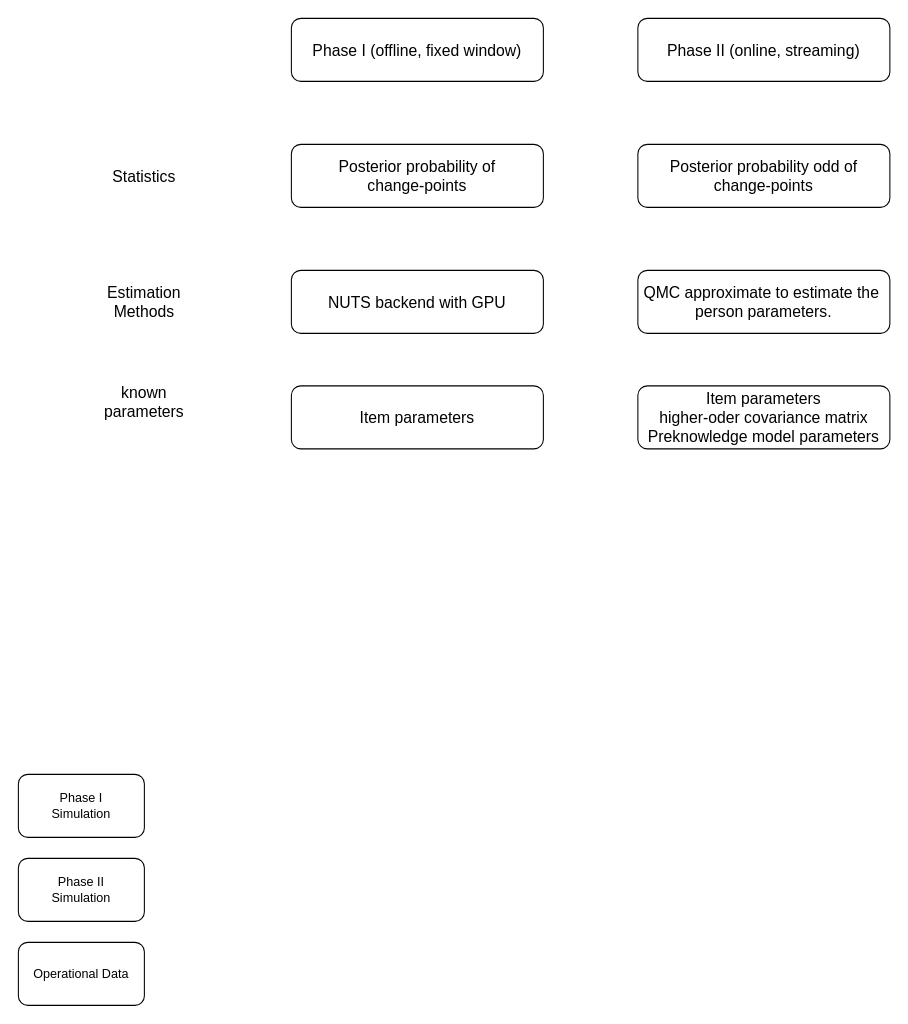
Before: page "Page-5" (6 of 7) of NCME_CPA.drawio in qipengchen/draw_io, a draw.io diagram. Source tidied: cells renumbered, new cells numbered last; positions are measured from the earlier drawing's top-left corner, leaving out a move shared by most shapes. Both pictures are drawn from the tidied source at 105%, with x=0, y=0 at pixel (18, 18).
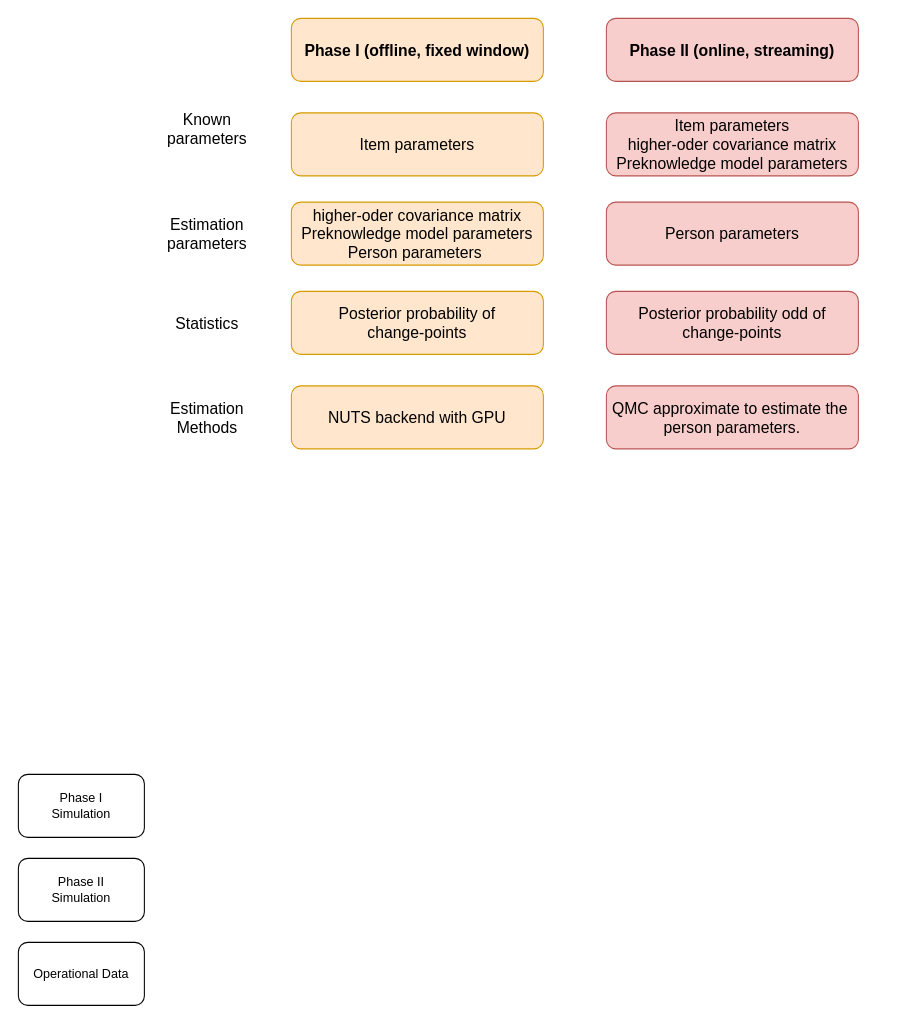
Above is the later version.

The edit, as a diff of the source:
```diff
@@
 <mxGraphModel>
   <root>
     <mxCell id="0" />
     <mxCell id="1" parent="0" />
     <mxCell id="2" value="Phase I&lt;br&gt;Simulation" style="rounded=1;whiteSpace=wrap;html=1;" parent="1" vertex="1">
       <mxGeometry y="720" width="120" height="60" as="geometry" />
     </mxCell>
     <mxCell id="3" value="Phase II&lt;br&gt;Simulation" style="rounded=1;whiteSpace=wrap;html=1;" parent="1" vertex="1">
       <mxGeometry y="800" width="120" height="60" as="geometry" />
     </mxCell>
     <mxCell id="4" value="Operational Data" style="rounded=1;whiteSpace=wrap;html=1;" parent="1" vertex="1">
       <mxGeometry y="880" width="120" height="60" as="geometry" />
     </mxCell>
-    <mxCell id="5" value="&lt;span style=&quot;text-align: left;&quot;&gt;Phase I (offline, fixed window)&lt;/span&gt;" style="rounded=1;whiteSpace=wrap;html=1;fontSize=15;" parent="1" vertex="1">
+    <mxCell id="5" value="&lt;span style=&quot;text-align: left;&quot;&gt;Phase I (offline, fixed window)&lt;/span&gt;" style="rounded=1;whiteSpace=wrap;html=1;fontSize=15;fillColor=#ffe6cc;strokeColor=#d79b00;fontStyle=1;" parent="1" vertex="1">
       <mxGeometry x="260" width="240" height="60" as="geometry" />
     </mxCell>
-    <mxCell id="6" value="&lt;div style=&quot;text-align: left;&quot;&gt;&lt;span style=&quot;background-color: transparent; color: light-dark(rgb(0, 0, 0), rgb(255, 255, 255));&quot;&gt;NUTS&amp;nbsp;&lt;/span&gt;&lt;span&gt;backend&lt;/span&gt;&lt;span style=&quot;background-color: transparent; color: light-dark(rgb(0, 0, 0), rgb(255, 255, 255));&quot;&gt;&amp;nbsp;with GPU&lt;/span&gt;&lt;/div&gt;" style="rounded=1;whiteSpace=wrap;html=1;fontSize=15;" parent="1" vertex="1">
-      <mxGeometry x="260" y="240" width="240" height="60" as="geometry" />
+    <mxCell id="6" value="&lt;div style=&quot;text-align: left;&quot;&gt;&lt;span style=&quot;background-color: transparent; color: light-dark(rgb(0, 0, 0), rgb(255, 255, 255));&quot;&gt;NUTS&amp;nbsp;&lt;/span&gt;&lt;span&gt;backend&lt;/span&gt;&lt;span style=&quot;background-color: transparent; color: light-dark(rgb(0, 0, 0), rgb(255, 255, 255));&quot;&gt;&amp;nbsp;with GPU&lt;/span&gt;&lt;/div&gt;" style="rounded=1;whiteSpace=wrap;html=1;fontSize=15;fillColor=#ffe6cc;strokeColor=#d79b00;" parent="1" vertex="1">
+      <mxGeometry x="260" y="350" width="240" height="60" as="geometry" />
     </mxCell>
-    <mxCell id="7" value="&lt;div style=&quot;&quot;&gt;Posterior probability of &lt;br&gt;change-points&lt;/div&gt;" style="rounded=1;whiteSpace=wrap;html=1;fontSize=15;align=center;" parent="1" vertex="1">
-      <mxGeometry x="260" y="120" width="240" height="60" as="geometry" />
+    <mxCell id="7" value="&lt;div style=&quot;&quot;&gt;Posterior probability of &lt;br&gt;change-points&lt;/div&gt;" style="rounded=1;whiteSpace=wrap;html=1;fontSize=15;align=center;fillColor=#ffe6cc;strokeColor=#d79b00;" parent="1" vertex="1">
+      <mxGeometry x="260" y="260" width="240" height="60" as="geometry" />
     </mxCell>
     <mxCell id="8" value="Statistics" style="text;html=1;align=center;verticalAlign=middle;whiteSpace=wrap;rounded=0;fontSize=15;" parent="1" vertex="1">
-      <mxGeometry x="90" y="135" width="60" height="30" as="geometry" />
+      <mxGeometry x="150" y="275" width="60" height="30" as="geometry" />
     </mxCell>
     <mxCell id="9" value="Estimation Methods" style="text;html=1;align=center;verticalAlign=middle;whiteSpace=wrap;rounded=0;fontSize=15;" parent="1" vertex="1">
-      <mxGeometry x="90" y="255" width="60" height="30" as="geometry" />
+      <mxGeometry x="150" y="365" width="60" height="30" as="geometry" />
     </mxCell>
-    <mxCell id="10" value="known parameters" style="text;html=1;align=center;verticalAlign=middle;whiteSpace=wrap;rounded=0;fontSize=15;" parent="1" vertex="1">
-      <mxGeometry x="90" y="350" width="60" height="30" as="geometry" />
-    </mxCell>
-    <mxCell id="11" value="&lt;div style=&quot;&quot;&gt;Item parameters&lt;/div&gt;" style="rounded=1;whiteSpace=wrap;html=1;fontSize=15;align=center;" parent="1" vertex="1">
-      <mxGeometry x="260" y="350" width="240" height="60" as="geometry" />
-    </mxCell>
-    <mxCell id="12" value="&lt;span style=&quot;text-align: left;&quot;&gt;Phase II (online, streaming)&lt;/span&gt;" style="rounded=1;whiteSpace=wrap;html=1;fontSize=15;" parent="1" vertex="1">
-      <mxGeometry x="590" width="240" height="60" as="geometry" />
+    <mxCell id="12" value="&lt;span style=&quot;text-align: left;&quot;&gt;Phase II (online, streaming)&lt;/span&gt;" style="rounded=1;whiteSpace=wrap;html=1;fontSize=15;fillColor=#f8cecc;strokeColor=#b85450;fontStyle=1;" parent="1" vertex="1">
+      <mxGeometry x="560" width="240" height="60" as="geometry" />
     </mxCell>
-    <mxCell id="13" value="&lt;div style=&quot;&quot;&gt;QMC approximate to estimate the&amp;nbsp; person parameters.&lt;/div&gt;" style="rounded=1;whiteSpace=wrap;html=1;fontSize=15;align=center;" parent="1" vertex="1">
-      <mxGeometry x="590" y="240" width="240" height="60" as="geometry" />
+    <mxCell id="13" value="&lt;div style=&quot;&quot;&gt;QMC approximate to estimate the&amp;nbsp; person parameters.&lt;/div&gt;" style="rounded=1;whiteSpace=wrap;html=1;fontSize=15;align=center;fillColor=#f8cecc;strokeColor=#b85450;" parent="1" vertex="1">
+      <mxGeometry x="560" y="350" width="240" height="60" as="geometry" />
     </mxCell>
-    <mxCell id="14" value="&lt;div style=&quot;&quot;&gt;Posterior probability odd of &lt;br&gt;change-points&lt;/div&gt;" style="rounded=1;whiteSpace=wrap;html=1;fontSize=15;align=center;" parent="1" vertex="1">
-      <mxGeometry x="590" y="120" width="240" height="60" as="geometry" />
+    <mxCell id="14" value="&lt;div style=&quot;&quot;&gt;Posterior probability odd of &lt;br&gt;change-points&lt;/div&gt;" style="rounded=1;whiteSpace=wrap;html=1;fontSize=15;align=center;fillColor=#f8cecc;strokeColor=#b85450;" parent="1" vertex="1">
+      <mxGeometry x="560" y="260" width="240" height="60" as="geometry" />
     </mxCell>
+    <mxCell id="16" value="Known parameters" style="text;html=1;align=center;verticalAlign=middle;whiteSpace=wrap;rounded=0;fontSize=15;" parent="1" vertex="1">
+      <mxGeometry x="150" y="90" width="60" height="30" as="geometry" />
+    </mxCell>
+    <mxCell id="11" value="&lt;div style=&quot;&quot;&gt;Item parameters&lt;/div&gt;" style="rounded=1;whiteSpace=wrap;html=1;fontSize=15;align=center;fillColor=#ffe6cc;strokeColor=#d79b00;" parent="1" vertex="1">
+      <mxGeometry x="260" y="90" width="240" height="60" as="geometry" />
+    </mxCell>
-    <mxCell id="15" value="&lt;div style=&quot;&quot;&gt;Item parameters&lt;br&gt;higher-oder covariance matrix&lt;br&gt;Preknowledge model parameters&lt;/div&gt;" style="rounded=1;whiteSpace=wrap;html=1;fontSize=15;align=center;" parent="1" vertex="1">
-      <mxGeometry x="590" y="350" width="240" height="60" as="geometry" />
+    <mxCell id="15" value="&lt;div style=&quot;&quot;&gt;Item parameters&lt;br&gt;higher-oder covariance matrix&lt;br&gt;Preknowledge model parameters&lt;/div&gt;" style="rounded=1;whiteSpace=wrap;html=1;fontSize=15;align=center;fillColor=#f8cecc;strokeColor=#b85450;" parent="1" vertex="1">
+      <mxGeometry x="560" y="90" width="240" height="60" as="geometry" />
     </mxCell>
+    <mxCell id="17" value="Estimation parameters" style="text;html=1;align=center;verticalAlign=middle;whiteSpace=wrap;rounded=0;fontSize=15;" parent="1" vertex="1">
+      <mxGeometry x="150" y="190" width="60" height="30" as="geometry" />
+    </mxCell>
+    <mxCell id="18" value="&lt;div style=&quot;&quot;&gt;higher-oder covariance matrix&lt;br&gt;Preknowledge model parameters&lt;br&gt;Person parameters&amp;nbsp;&lt;/div&gt;" style="rounded=1;whiteSpace=wrap;html=1;fontSize=15;align=center;fillColor=#ffe6cc;strokeColor=#d79b00;" parent="1" vertex="1">
+      <mxGeometry x="260" y="175" width="240" height="60" as="geometry" />
+    </mxCell>
+    <mxCell id="19" value="&lt;div style=&quot;&quot;&gt;Person parameters&lt;/div&gt;" style="rounded=1;whiteSpace=wrap;html=1;fontSize=15;align=center;fillColor=#f8cecc;strokeColor=#b85450;" parent="1" vertex="1">
+      <mxGeometry x="560" y="175" width="240" height="60" as="geometry" />
+    </mxCell>
   </root>
 </mxGraphModel>
```
